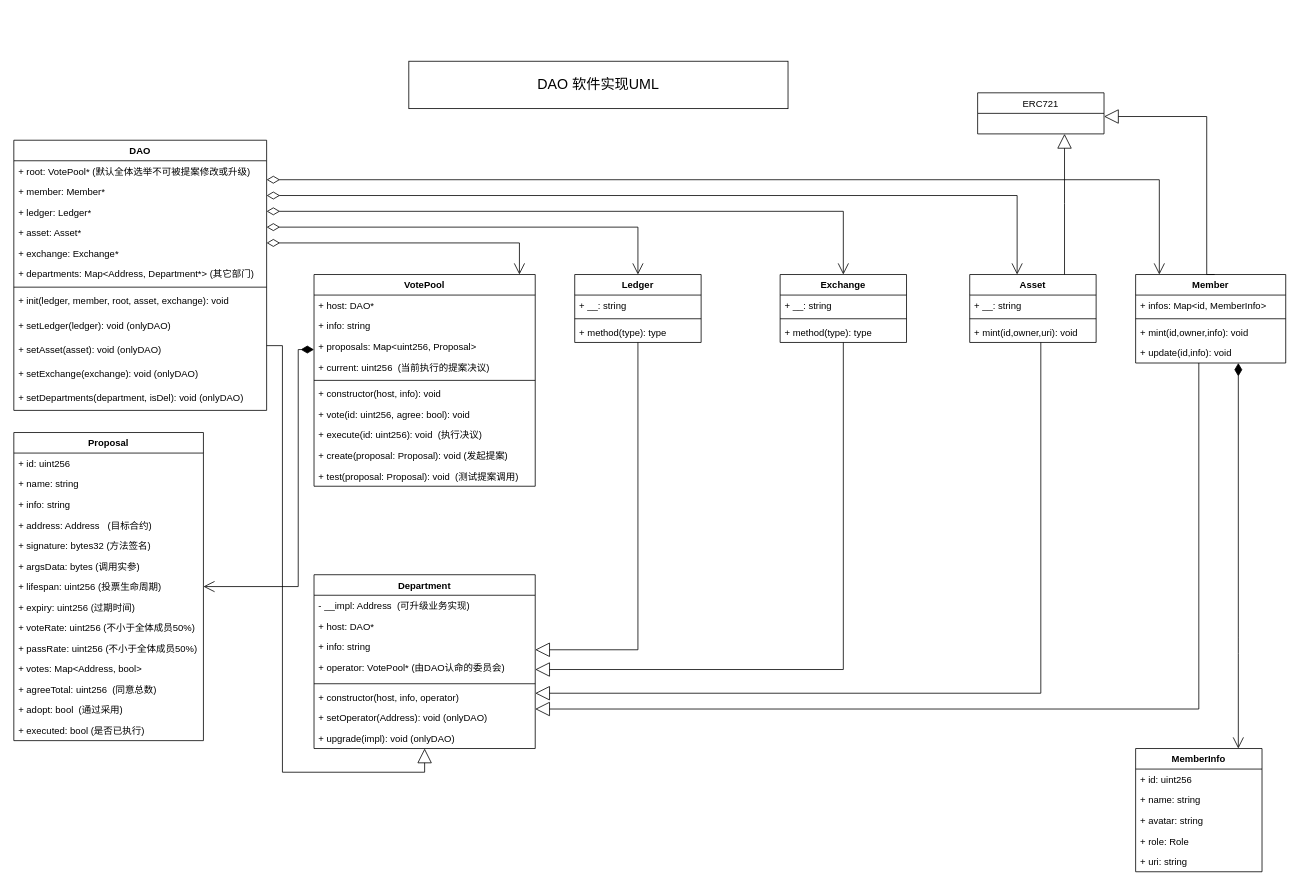
The draw.io diagram page "Page-1" (1 of 2) of contracts.drawio in NFTSwap/diagrams, before the edit. Source tidied: cells renumbered, new cells numbered last; positions are measured from the earlier drawing's top-left corner, leaving out a move shared by most shapes. Both pictures are drawn from the tidied source at 79%, with x=0, y=0 at pixel (13, 61).
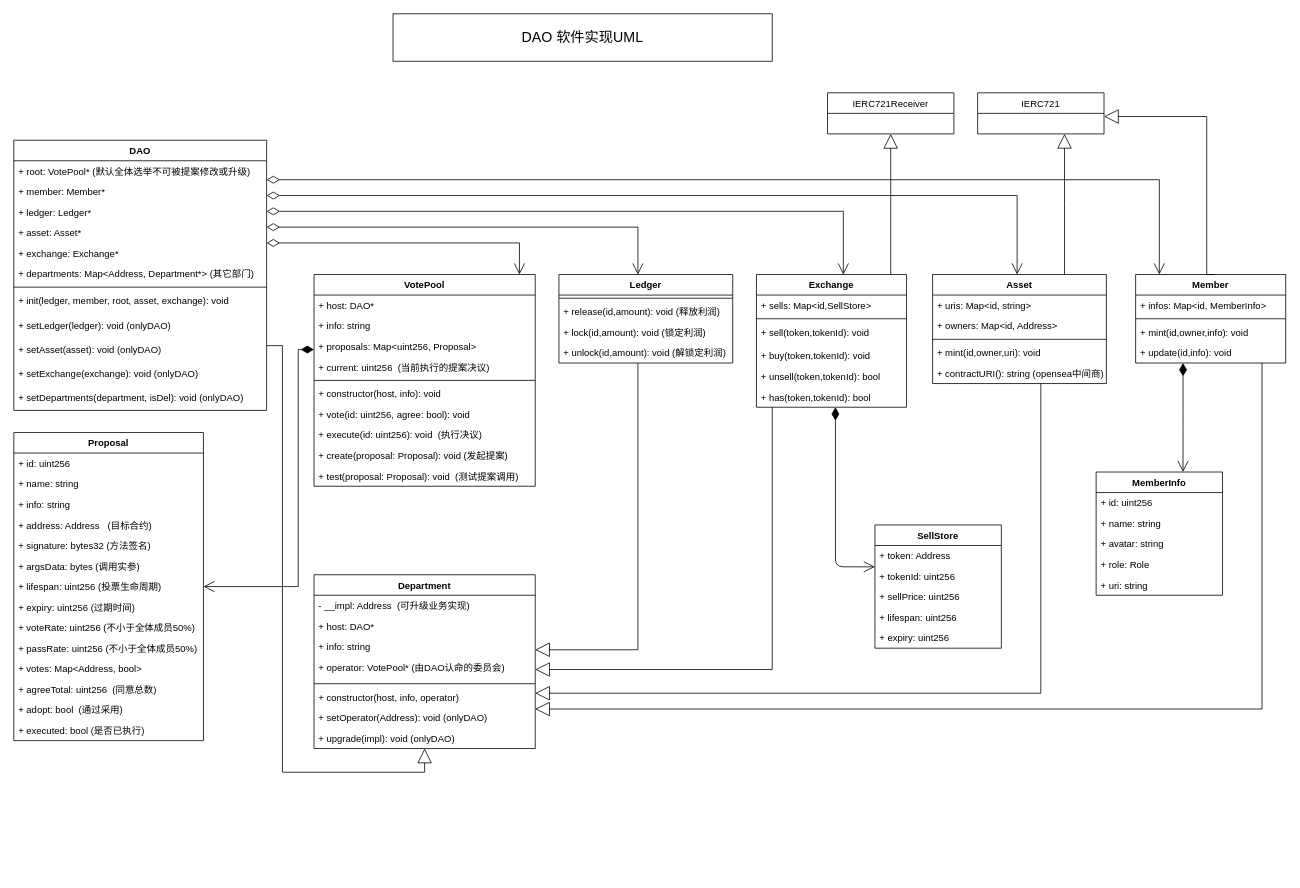
The same diagram, later.

The change refers to these unchanged cells:
```xml
<mxCell id="21" value="Member" style="swimlane;fontStyle=1;align=center;verticalAlign=top;horizontal=1;startSize=26;" parent="1" vertex="1">
  <mxGeometry x="1420" y="270" width="190" height="112" as="geometry" />
</mxCell>
<mxCell id="67" value="Department" style="swimlane;fontStyle=1;align=center;verticalAlign=top;horizontal=1;startSize=26;" parent="1" vertex="1">
  <mxGeometry x="380" y="650" width="280" height="220" as="geometry" />
</mxCell>
```

What changed in the source:
```diff
@@
-    <mxCell id="15" value="ERC721" style="swimlane;fontStyle=0;horizontal=1;startSize=26;fillColor=none;" parent="1" vertex="1">
+    <mxCell id="15" value="IERC721" style="swimlane;fontStyle=0;horizontal=1;startSize=26;fillColor=none;" parent="1" vertex="1">
       <mxGeometry x="1220" y="40" width="160" height="52" as="geometry" />
     </mxCell>
     <mxCell id="16" value="Asset" style="swimlane;fontStyle=1;align=center;verticalAlign=top;horizontal=1;startSize=26;" parent="1" vertex="1">
-      <mxGeometry x="1210" y="270" width="160" height="86" as="geometry" />
+      <mxGeometry x="1163" y="270" width="220" height="138" as="geometry" />
     </mxCell>
-    <mxCell id="17" value="+ __: string" style="text;strokeColor=none;fillColor=none;align=left;verticalAlign=top;spacingLeft=4;spacingRight=4;overflow=hidden;" parent="16" vertex="1">
-      <mxGeometry y="26" width="160" height="26" as="geometry" />
+    <mxCell id="17" value="+ uris: Map&lt;id, string&gt;" style="text;strokeColor=none;fillColor=none;align=left;verticalAlign=top;spacingLeft=4;spacingRight=4;overflow=hidden;" parent="16" vertex="1">
+      <mxGeometry y="26" width="220" height="26" as="geometry" />
     </mxCell>
+    <mxCell id="89" value="+ owners: Map&lt;id, Address&gt;" style="text;strokeColor=none;fillColor=none;align=left;verticalAlign=top;spacingLeft=4;spacingRight=4;overflow=hidden;" parent="16" vertex="1">
+      <mxGeometry y="52" width="220" height="26" as="geometry" />
+    </mxCell>
     <mxCell id="18" style="line;strokeWidth=1;fillColor=none;align=left;verticalAlign=middle;spacingTop=-1;spacingLeft=3;spacingRight=3;labelPosition=right;" parent="16" vertex="1">
-      <mxGeometry y="52" width="160" height="8" as="geometry" />
+      <mxGeometry y="78" width="220" height="8" as="geometry" />
     </mxCell>
     <mxCell id="19" value="+ mint(id,owner,uri): void" style="text;strokeColor=none;fillColor=none;align=left;verticalAlign=top;spacingLeft=4;spacingRight=4;overflow=hidden;" parent="16" vertex="1">
-      <mxGeometry y="60" width="160" height="26" as="geometry" />
+      <mxGeometry y="86" width="220" height="26" as="geometry" />
     </mxCell>
+    <mxCell id="90" value="+ contractURI(): string (opensea中间商)" style="text;strokeColor=none;fillColor=none;align=left;verticalAlign=top;spacingLeft=4;spacingRight=4;overflow=hidden;" parent="16" vertex="1">
+      <mxGeometry y="112" width="220" height="26" as="geometry" />
+    </mxCell>
@@
     <mxCell id="29" value="Ledger" style="swimlane;fontStyle=1;align=center;verticalAlign=top;horizontal=1;startSize=26;" parent="1" vertex="1">
-      <mxGeometry x="710" y="270" width="160" height="86" as="geometry" />
+      <mxGeometry x="690" y="270" width="220" height="112" as="geometry" />
     </mxCell>
-    <mxCell id="30" value="+ __: string" style="text;strokeColor=none;fillColor=none;align=left;verticalAlign=top;spacingLeft=4;spacingRight=4;overflow=hidden;" parent="29" vertex="1">
-      <mxGeometry y="26" width="160" height="26" as="geometry" />
-    </mxCell>
     <mxCell id="31" style="line;strokeWidth=1;fillColor=none;align=left;verticalAlign=middle;spacingTop=-1;spacingLeft=3;spacingRight=3;labelPosition=right;" parent="29" vertex="1">
-      <mxGeometry y="52" width="160" height="8" as="geometry" />
+      <mxGeometry y="26" width="220" height="8" as="geometry" />
     </mxCell>
-    <mxCell id="32" value="+ method(type): type" style="text;strokeColor=none;fillColor=none;align=left;verticalAlign=top;spacingLeft=4;spacingRight=4;overflow=hidden;" parent="29" vertex="1">
-      <mxGeometry y="60" width="160" height="26" as="geometry" />
+    <mxCell id="32" value="+ release(id,amount): void (释放利润)" style="text;strokeColor=none;fillColor=none;align=left;verticalAlign=top;spacingLeft=4;spacingRight=4;overflow=hidden;" parent="29" vertex="1">
+      <mxGeometry y="34" width="220" height="26" as="geometry" />
     </mxCell>
+    <mxCell id="91" value="+ lock(id,amount): void (锁定利润)" style="text;strokeColor=none;fillColor=none;align=left;verticalAlign=top;spacingLeft=4;spacingRight=4;overflow=hidden;" parent="29" vertex="1">
+      <mxGeometry y="60" width="220" height="26" as="geometry" />
+    </mxCell>
+    <mxCell id="92" value="+ unlock(id,amount): void (解锁定利润)" style="text;strokeColor=none;fillColor=none;align=left;verticalAlign=top;spacingLeft=4;spacingRight=4;overflow=hidden;" parent="29" vertex="1">
+      <mxGeometry y="86" width="220" height="26" as="geometry" />
+    </mxCell>
@@
     <mxCell id="47" value="Exchange" style="swimlane;fontStyle=1;align=center;verticalAlign=top;horizontal=1;startSize=26;" parent="1" vertex="1">
-      <mxGeometry x="970" y="270" width="160" height="86" as="geometry" />
+      <mxGeometry x="940" y="270" width="190" height="168" as="geometry" />
     </mxCell>
-    <mxCell id="48" value="+ __: string" style="text;strokeColor=none;fillColor=none;align=left;verticalAlign=top;spacingLeft=4;spacingRight=4;overflow=hidden;" parent="47" vertex="1">
-      <mxGeometry y="26" width="160" height="26" as="geometry" />
+    <mxCell id="48" value="+ sells: Map&lt;id,SellStore&gt;" style="text;strokeColor=none;fillColor=none;align=left;verticalAlign=top;spacingLeft=4;spacingRight=4;overflow=hidden;" parent="47" vertex="1">
+      <mxGeometry y="26" width="190" height="26" as="geometry" />
     </mxCell>
     <mxCell id="49" style="line;strokeWidth=1;fillColor=none;align=left;verticalAlign=middle;spacingTop=-1;spacingLeft=3;spacingRight=3;labelPosition=right;" parent="47" vertex="1">
-      <mxGeometry y="52" width="160" height="8" as="geometry" />
+      <mxGeometry y="52" width="190" height="8" as="geometry" />
     </mxCell>
-    <mxCell id="50" value="+ method(type): type" style="text;strokeColor=none;fillColor=none;align=left;verticalAlign=top;spacingLeft=4;spacingRight=4;overflow=hidden;" parent="47" vertex="1">
-      <mxGeometry y="60" width="160" height="26" as="geometry" />
+    <mxCell id="50" value="+ sell(token,tokenId): void" style="text;strokeColor=none;fillColor=none;align=left;verticalAlign=top;spacingLeft=4;spacingRight=4;overflow=hidden;" parent="47" vertex="1">
+      <mxGeometry y="60" width="190" height="30" as="geometry" />
     </mxCell>
+    <mxCell id="93" value="+ buy(token,tokenId): void" style="text;strokeColor=none;fillColor=none;align=left;verticalAlign=top;spacingLeft=4;spacingRight=4;overflow=hidden;" parent="47" vertex="1">
+      <mxGeometry y="90" width="190" height="26" as="geometry" />
+    </mxCell>
+    <mxCell id="94" value="+ unsell(token,tokenId): bool" style="text;strokeColor=none;fillColor=none;align=left;verticalAlign=top;spacingLeft=4;spacingRight=4;overflow=hidden;" parent="47" vertex="1">
+      <mxGeometry y="116" width="190" height="26" as="geometry" />
+    </mxCell>
+    <mxCell id="95" value="+ has(token,tokenId): bool" style="text;strokeColor=none;fillColor=none;align=left;verticalAlign=top;spacingLeft=4;spacingRight=4;overflow=hidden;" parent="47" vertex="1">
+      <mxGeometry y="142" width="190" height="26" as="geometry" />
+    </mxCell>
@@
     <mxCell id="77" style="endArrow=block;endSize=16;endFill=0;html=1;rounded=0;elbow=vertical;edgeStyle=orthogonalEdgeStyle;" parent="1" edge="1" source="47" target="67">
       <mxGeometry relative="1" as="geometry">
         <Array as="points">
-          <mxPoint x="1050" y="770" />
+          <mxPoint x="960" y="770" />
         </Array>
       </mxGeometry>
     </mxCell>
@@
     <mxCell id="79" style="endArrow=block;endSize=16;endFill=0;html=1;rounded=0;elbow=vertical;edgeStyle=orthogonalEdgeStyle;" parent="1" edge="1" source="21" target="67">
       <mxGeometry relative="1" as="geometry">
         <Array as="points">
-          <mxPoint x="1500" y="820" />
+          <mxPoint x="1580" y="820" />
         </Array>
       </mxGeometry>
     </mxCell>
@@
     <mxCell id="81" value="&lt;font style=&quot;font-size: 18px;&quot;&gt;DAO 软件实现UML&lt;/font&gt;" style="rounded=0;whiteSpace=wrap;html=1;sketch=0;fontColor=default;" parent="1" vertex="1">
-      <mxGeometry x="500" width="480" height="60" as="geometry" />
+      <mxGeometry x="480" y="-60" width="480" height="60" as="geometry" />
     </mxCell>
     <mxCell id="82" value="MemberInfo" style="swimlane;fontStyle=1;align=center;verticalAlign=top;horizontal=1;startSize=26;rounded=0;sketch=0;fontSize=12;fontColor=default;" parent="1" vertex="1">
-      <mxGeometry x="1420" y="870" width="160" height="156" as="geometry" />
+      <mxGeometry x="1370" y="520" width="160" height="156" as="geometry" />
     </mxCell>
@@
     <mxCell id="88" style="endArrow=open;html=1;endSize=12;startArrow=diamondThin;startSize=14;startFill=1;edgeStyle=orthogonalEdgeStyle;align=left;verticalAlign=bottom;rounded=1;labelBackgroundColor=default;sketch=0;fontSize=12;fontColor=default;curved=0;" parent="1" edge="1" source="21" target="82">
       <mxGeometry x="-1" y="3" relative="1" as="geometry">
         <Array as="points">
-          <mxPoint x="1550" y="740" />
-          <mxPoint x="1550" y="740" />
+          <mxPoint x="1480" y="450" />
+          <mxPoint x="1480" y="450" />
         </Array>
       </mxGeometry>
     </mxCell>
+    <mxCell id="96" value="SellStore" style="swimlane;fontStyle=1;align=center;verticalAlign=top;horizontal=1;startSize=26;rounded=0;sketch=0;fontSize=12;fontColor=default;" parent="1" vertex="1">
+      <mxGeometry x="1090" y="587" width="160" height="156" as="geometry" />
+    </mxCell>
+    <mxCell id="97" value="+ token: Address" style="text;strokeColor=none;fillColor=none;align=left;verticalAlign=top;spacingLeft=4;spacingRight=4;overflow=hidden;rounded=0;sketch=0;fontSize=12;fontColor=default;" parent="96" vertex="1">
+      <mxGeometry y="26" width="160" height="26" as="geometry" />
+    </mxCell>
+    <mxCell id="98" value="+ tokenId: uint256" style="text;strokeColor=none;fillColor=none;align=left;verticalAlign=top;spacingLeft=4;spacingRight=4;overflow=hidden;rounded=0;sketch=0;fontSize=12;fontColor=default;" parent="96" vertex="1">
+      <mxGeometry y="52" width="160" height="26" as="geometry" />
+    </mxCell>
+    <mxCell id="99" value="+ sellPrice: uint256" style="text;strokeColor=none;fillColor=none;align=left;verticalAlign=top;spacingLeft=4;spacingRight=4;overflow=hidden;rounded=0;sketch=0;fontSize=12;fontColor=default;" parent="96" vertex="1">
+      <mxGeometry y="78" width="160" height="26" as="geometry" />
+    </mxCell>
+    <mxCell id="100" value="+ lifespan: uint256" style="text;strokeColor=none;fillColor=none;align=left;verticalAlign=top;spacingLeft=4;spacingRight=4;overflow=hidden;rounded=0;sketch=0;fontSize=12;fontColor=default;" parent="96" vertex="1">
+      <mxGeometry y="104" width="160" height="26" as="geometry" />
+    </mxCell>
+    <mxCell id="101" value="+ expiry: uint256" style="text;strokeColor=none;fillColor=none;align=left;verticalAlign=top;spacingLeft=4;spacingRight=4;overflow=hidden;rounded=0;sketch=0;fontSize=12;fontColor=default;" parent="96" vertex="1">
+      <mxGeometry y="130" width="160" height="26" as="geometry" />
+    </mxCell>
+    <mxCell id="102" style="endArrow=open;html=1;endSize=12;startArrow=diamondThin;startSize=14;startFill=1;edgeStyle=orthogonalEdgeStyle;align=left;verticalAlign=bottom;rounded=1;labelBackgroundColor=default;sketch=0;fontSize=12;fontColor=default;" parent="1" edge="1" source="47" target="96">
+      <mxGeometry x="-1" y="3" relative="1" as="geometry">
+        <Array as="points">
+          <mxPoint x="1040" y="640" />
+        </Array>
+      </mxGeometry>
+    </mxCell>
+    <mxCell id="103" value="IERC721Receiver" style="swimlane;fontStyle=0;horizontal=1;startSize=26;fillColor=none;" parent="1" vertex="1">
+      <mxGeometry x="1030" y="40" width="160" height="52" as="geometry" />
+    </mxCell>
+    <mxCell id="104" style="endArrow=block;endSize=16;endFill=0;html=1;rounded=0;edgeStyle=orthogonalEdgeStyle;elbow=vertical;" parent="1" edge="1" source="47" target="103">
+      <mxGeometry relative="1" as="geometry">
+        <Array as="points">
+          <mxPoint x="1110" y="230" />
+          <mxPoint x="1110" y="230" />
+        </Array>
+      </mxGeometry>
+    </mxCell>
```
